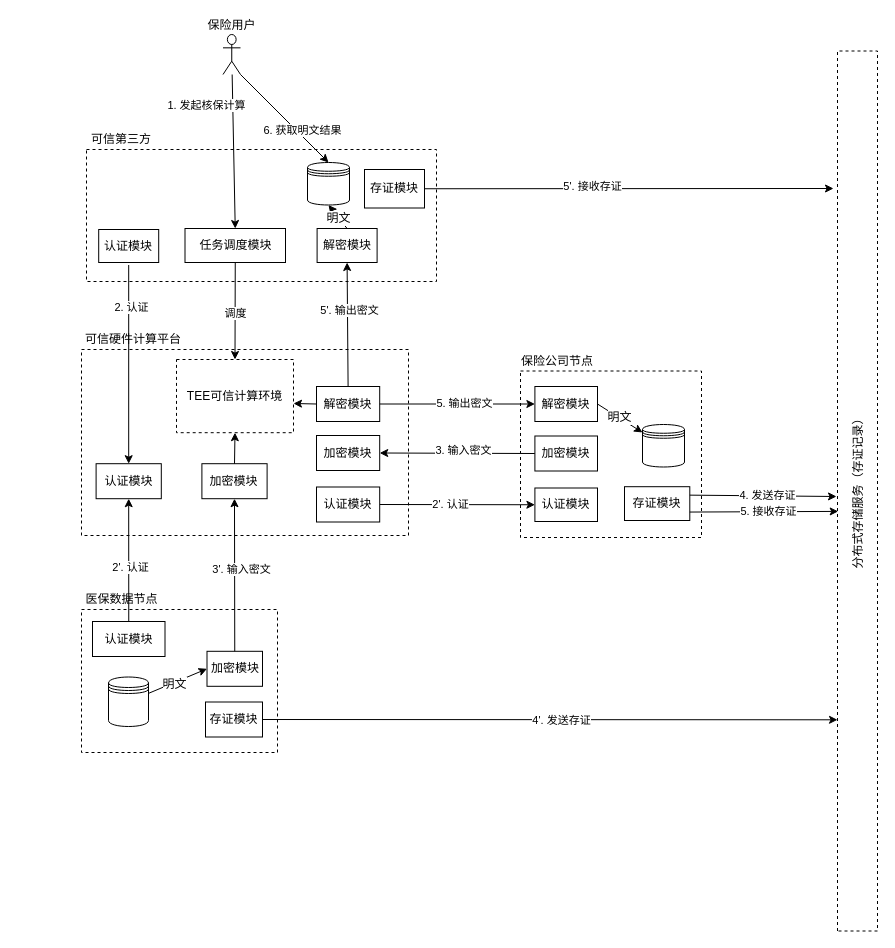
The draw.io diagram tee.drawio in yankaili2006/drawing_io, before the edit. Source tidied: cells renumbered, new cells numbered last; positions are measured from the earlier drawing's top-left corner, leaving out a move shared by most shapes. Both pictures are drawn from the tidied source at 100%, with x=0, y=0 at pixel (81, 34).
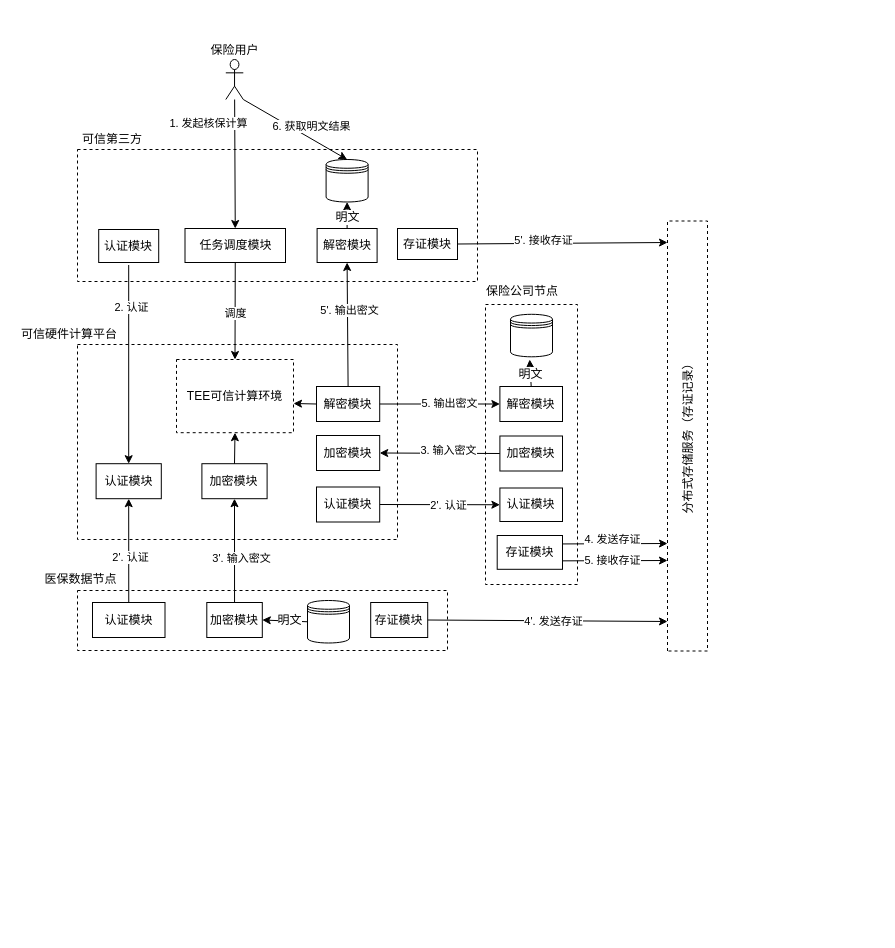
The same diagram, later.

Unchanged cells that the change refers to:
```xml
<mxCell id="26" style="endArrow=classic;html=1;exitX=0.5;exitY=0;exitDx=0;exitDy=0;entryX=0.5;entryY=1;entryDx=0;entryDy=0;" parent="1" edge="1" source="7" target="31">
  <mxGeometry relative="1" as="geometry" />
</mxCell>
<mxCell id="34" style="endArrow=classic;html=1;exitX=0.5;exitY=0;exitDx=0;exitDy=0;entryX=0.5;entryY=1;entryDx=0;entryDy=0;" parent="1" edge="1" source="28" target="29">
  <mxGeometry relative="1" as="geometry" />
</mxCell>
<mxCell id="39" style="endArrow=classic;html=1;entryX=0;entryY=0.5;entryDx=0;entryDy=0;exitX=1;exitY=0.5;exitDx=0;exitDy=0;" parent="1" edge="1" source="52" target="30">
  <mxGeometry relative="1" as="geometry" />
</mxCell>
<mxCell id="59" style="endArrow=classic;html=1;entryX=0.5;entryY=0;entryDx=0;entryDy=0;exitX=1;exitY=1;exitDx=0;exitDy=0;exitPerimeter=0;" parent="1" edge="1" source="43" target="58">
  <mxGeometry relative="1" as="geometry" />
</mxCell>
```

Diff of the diagram source:
```diff
@@
     <mxCell id="2" style="rounded=0;whiteSpace=wrap;html=1;dashed=1;" parent="1" vertex="1">
-      <mxGeometry x="5" y="115" width="350" height="132" as="geometry" />
+      <mxGeometry x="-4" y="115" width="400" height="132" as="geometry" />
     </mxCell>
     <mxCell id="3" style="rounded=0;whiteSpace=wrap;html=1;fillColor=none;labelPosition=center;verticalLabelPosition=middle;align=center;verticalAlign=middle;dashed=1;" parent="1" vertex="1">
-      <mxGeometry y="315" width="327" height="186" as="geometry" />
+      <mxGeometry x="-4" y="310" width="320" height="195" as="geometry" />
     </mxCell>
@@
     <mxCell id="5" style="rounded=0;whiteSpace=wrap;html=1;dashed=1;" parent="1" vertex="1">
-      <mxGeometry x="439" y="336.5" width="181" height="166.5" as="geometry" />
+      <mxGeometry x="404" y="270" width="92" height="280" as="geometry" />
     </mxCell>
     <mxCell id="6" style="rounded=0;whiteSpace=wrap;html=1;dashed=1;" parent="1" vertex="1">
-      <mxGeometry y="575" width="196" height="143" as="geometry" />
+      <mxGeometry x="-4" y="556" width="370" height="60" as="geometry" />
     </mxCell>
     <mxCell id="7" value="加密模块" style="rounded=0;whiteSpace=wrap;html=1;" parent="1" vertex="1">
-      <mxGeometry x="125.5" y="616.8" width="55.5" height="35" as="geometry" />
+      <mxGeometry x="125.3" y="568" width="55.5" height="35" as="geometry" />
     </mxCell>
@@
-    <mxCell id="10" style="shape=datastore;whiteSpace=wrap;html=1;" parent="1" vertex="1">
-      <mxGeometry x="27" y="642.5" width="40" height="49.5" as="geometry" />
-    </mxCell>
-    <mxCell id="11" style="endArrow=classic;html=1;entryX=0;entryY=0.5;entryDx=0;entryDy=0;" parent="1" edge="1" source="10" target="7">
+    <mxCell id="11" style="endArrow=classic;html=1;entryX=1;entryY=0.5;entryDx=0;entryDy=0;exitX=0;exitY=0.5;exitDx=0;exitDy=0;" parent="1" edge="1" source="69" target="7">
       <mxGeometry relative="1" as="geometry" />
     </mxCell>
@@
     <mxCell id="13" value="解密模块" style="rounded=0;whiteSpace=wrap;html=1;" parent="1" vertex="1">
-      <mxGeometry x="453.4" y="352" width="62.6" height="35" as="geometry" />
+      <mxGeometry x="418.4" y="352" width="62.6" height="35" as="geometry" />
     </mxCell>
     <mxCell id="14" value="存证模块" style="rounded=0;whiteSpace=wrap;html=1;fillColor=none;" parent="1" vertex="1">
-      <mxGeometry x="543" y="452.2" width="65.3" height="33.8" as="geometry" />
+      <mxGeometry x="415.7" y="501" width="65.3" height="33.8" as="geometry" />
     </mxCell>
-    <mxCell id="15" style="shape=datastore;whiteSpace=wrap;html=1;" parent="1" vertex="1">
-      <mxGeometry x="561" y="390" width="42" height="42.5" as="geometry" />
-    </mxCell>
-    <mxCell id="16" style="endArrow=classic;html=1;exitX=1;exitY=0.5;exitDx=0;exitDy=0;" parent="1" edge="1" source="13" target="15">
-      <mxGeometry relative="1" as="geometry" />
+    <mxCell id="16" style="endArrow=classic;html=1;exitX=0.5;exitY=0;exitDx=0;exitDy=0;" parent="1" edge="1" source="13">
+      <mxGeometry relative="1" as="geometry">
+        <mxPoint x="448.2" y="325" as="targetPoint" />
+      </mxGeometry>
     </mxCell>
@@
     <mxCell id="18" value="保险公司节点" style="text;html=1;strokeColor=none;fillColor=none;align=center;verticalAlign=middle;whiteSpace=wrap;rounded=0;" parent="1" vertex="1">
-      <mxGeometry x="436" y="316.5" width="80" height="20" as="geometry" />
+      <mxGeometry x="401" y="247" width="80" height="20" as="geometry" />
     </mxCell>
     <mxCell id="19" value="分布式存储服务（存证记录）" style="rounded=0;whiteSpace=wrap;html=1;dashed=1;rotation=-90;" parent="1" vertex="1">
-      <mxGeometry x="336" y="436.5" width="880" height="40" as="geometry" />
+      <mxGeometry x="391" y="381.5" width="430" height="40" as="geometry" />
     </mxCell>
-    <mxCell id="20" style="endArrow=classic;html=1;exitX=1;exitY=0.5;exitDx=0;exitDy=0;entryX=0.24;entryY=0;entryDx=0;entryDy=0;entryPerimeter=0;" parent="1" edge="1" source="36" target="19">
-      <mxGeometry relative="1" as="geometry" />
+    <mxCell id="20" style="endArrow=classic;html=1;exitX=1;exitY=0.5;exitDx=0;exitDy=0;" parent="1" edge="1" source="36">
+      <mxGeometry relative="1" as="geometry">
+        <mxPoint x="586" y="587" as="targetPoint" />
+      </mxGeometry>
     </mxCell>
@@
     <mxCell id="22" value="可信硬件计算平台" style="text;html=1;strokeColor=none;fillColor=none;align=center;verticalAlign=middle;whiteSpace=wrap;rounded=0;" parent="1" vertex="1">
-      <mxGeometry y="295" width="104.2" height="20" as="geometry" />
+      <mxGeometry x="-64" y="290" width="104.2" height="20" as="geometry" />
     </mxCell>
     <mxCell id="23" value="医保数据节点" style="text;html=1;strokeColor=none;fillColor=none;align=center;verticalAlign=middle;whiteSpace=wrap;rounded=0;" parent="1" vertex="1">
-      <mxGeometry y="555" width="80.8" height="20" as="geometry" />
+      <mxGeometry x="-40.6" y="534.8" width="80.8" height="20" as="geometry" />
     </mxCell>
     <mxCell id="24" style="endArrow=classic;html=1;exitX=1;exitY=0.25;exitDx=0;exitDy=0;" parent="1" edge="1" source="14">
       <mxGeometry relative="1" as="geometry">
-        <mxPoint x="755" y="462" as="targetPoint" />
+        <mxPoint x="586" y="509" as="targetPoint" />
       </mxGeometry>
     </mxCell>
     <mxCell id="25" value="4. 发送存证" style="edgeLabel;html=1;align=center;verticalAlign=middle;" parent="24" vertex="1">
       <mxGeometry x="-0.23" y="-1" relative="1" as="geometry">
-        <mxPoint x="21" y="-2" as="offset" />
+        <mxPoint x="9.7" y="-5.7" as="offset" />
       </mxGeometry>
     </mxCell>
@@
     <mxCell id="27" value="3'. 输入密文" style="edgeLabel;html=1;align=center;verticalAlign=middle;" parent="26" vertex="1">
       <mxGeometry x="-0.13" y="2" relative="1" as="geometry">
-        <mxPoint x="8" y="-16" as="offset" />
+        <mxPoint x="8" as="offset" />
       </mxGeometry>
     </mxCell>
     <mxCell id="28" value="认证模块" style="rounded=0;whiteSpace=wrap;html=1;" parent="1" vertex="1">
-      <mxGeometry x="11" y="587" width="72.5" height="35" as="geometry" />
+      <mxGeometry x="11" y="568" width="72.5" height="35" as="geometry" />
     </mxCell>
@@
     <mxCell id="30" value="认证模块" style="rounded=0;whiteSpace=wrap;html=1;" parent="1" vertex="1">
-      <mxGeometry x="453.4" y="453.5" width="62.6" height="33.5" as="geometry" />
+      <mxGeometry x="418.4" y="453.5" width="62.6" height="33.5" as="geometry" />
     </mxCell>
@@
     <mxCell id="35" value="2'. 认证" style="edgeLabel;html=1;align=center;verticalAlign=middle;" parent="34" vertex="1">
       <mxGeometry x="-0.31" y="4" relative="1" as="geometry">
-        <mxPoint x="5" y="-13" as="offset" />
+        <mxPoint x="5" y="-10" as="offset" />
       </mxGeometry>
     </mxCell>
     <mxCell id="36" value="存证模块" style="rounded=0;whiteSpace=wrap;html=1;" parent="1" vertex="1">
-      <mxGeometry x="124" y="667.5" width="57" height="35" as="geometry" />
+      <mxGeometry x="289.2" y="568" width="57" height="35" as="geometry" />
     </mxCell>
@@
     <mxCell id="40" value="2'. 认证" style="edgeLabel;html=1;align=center;verticalAlign=middle;" parent="39" vertex="1">
       <mxGeometry x="-0.23" y="1" relative="1" as="geometry">
-        <mxPoint x="10" as="offset" />
+        <mxPoint x="21.8" y="1.2" as="offset" />
       </mxGeometry>
     </mxCell>
@@
     <mxCell id="43" value="保险用户" style="shape=umlActor;verticalLabelPosition=top;labelBackgroundColor=#ffffff;verticalAlign=bottom;html=1;outlineConnect=0;labelPosition=center;align=center;" parent="1" vertex="1">
-      <mxGeometry x="141.5" width="17.5" height="40" as="geometry" />
+      <mxGeometry x="144.3" y="25" width="17.5" height="40" as="geometry" />
     </mxCell>
@@
     <mxCell id="50" value="可信第三方" style="text;html=1;strokeColor=none;fillColor=none;align=center;verticalAlign=middle;whiteSpace=wrap;rounded=0;" parent="1" vertex="1">
-      <mxGeometry x="5" y="95" width="70.4" height="20" as="geometry" />
+      <mxGeometry x="-4" y="95" width="70.4" height="20" as="geometry" />
     </mxCell>
     <mxCell id="51" value="存证模块" style="rounded=0;whiteSpace=wrap;html=1;" parent="1" vertex="1">
-      <mxGeometry x="283" y="135" width="60" height="38.5" as="geometry" />
+      <mxGeometry x="316" y="194" width="60" height="31" as="geometry" />
     </mxCell>
@@
     <mxCell id="55" value="加密模块" style="rounded=0;whiteSpace=wrap;html=1;" parent="1" vertex="1">
-      <mxGeometry x="453.4" y="401.5" width="62.6" height="35" as="geometry" />
+      <mxGeometry x="418.4" y="401.5" width="62.6" height="35" as="geometry" />
     </mxCell>
@@
     <mxCell id="58" style="shape=datastore;whiteSpace=wrap;html=1;" parent="1" vertex="1">
-      <mxGeometry x="226" y="128" width="42" height="42.5" as="geometry" />
+      <mxGeometry x="244.6" y="125" width="42" height="42.5" as="geometry" />
     </mxCell>
@@
     <mxCell id="60" value="6. 获取明文结果" style="edgeLabel;html=1;align=center;verticalAlign=middle;" parent="59" vertex="1">
       <mxGeometry x="-0.21" relative="1" as="geometry">
-        <mxPoint x="27" y="21" as="offset" />
+        <mxPoint x="27" y="3" as="offset" />
       </mxGeometry>
     </mxCell>
@@
     <mxCell id="63" style="endArrow=classic;html=1;exitX=1;exitY=0.5;exitDx=0;exitDy=0;" parent="1" edge="1" source="51">
       <mxGeometry relative="1" as="geometry">
-        <mxPoint x="752" y="154" as="targetPoint" />
+        <mxPoint x="586" y="208" as="targetPoint" />
       </mxGeometry>
     </mxCell>
@@
-    <mxCell id="66" style="endArrow=classic;html=1;entryX=0.484;entryY=0.025;entryDx=0;entryDy=0;entryPerimeter=0;exitX=1;exitY=0.75;exitDx=0;exitDy=0;" parent="1" edge="1" source="14">
+    <mxCell id="66" style="endArrow=classic;html=1;exitX=1;exitY=0.75;exitDx=0;exitDy=0;" parent="1" edge="1" source="14">
       <mxGeometry relative="1" as="geometry">
-        <mxPoint x="756.7" y="476.9" as="targetPoint" />
+        <mxPoint x="586" y="526" as="targetPoint" />
       </mxGeometry>
     </mxCell>
     <mxCell id="67" value="5. 接收存证" style="edgeLabel;html=1;align=center;verticalAlign=middle;" parent="66" vertex="1">
       <mxGeometry x="-0.23" y="-1" relative="1" as="geometry">
-        <mxPoint x="21" y="-2" as="offset" />
+        <mxPoint x="9.7" y="-1.8" as="offset" />
       </mxGeometry>
     </mxCell>
+    <mxCell id="68" style="shape=datastore;whiteSpace=wrap;html=1;" parent="1" vertex="1">
+      <mxGeometry x="429" y="279.8" width="42" height="42.5" as="geometry" />
+    </mxCell>
+    <mxCell id="69" style="shape=datastore;whiteSpace=wrap;html=1;" parent="1" vertex="1">
+      <mxGeometry x="226" y="566" width="42" height="42.5" as="geometry" />
+    </mxCell>
```
